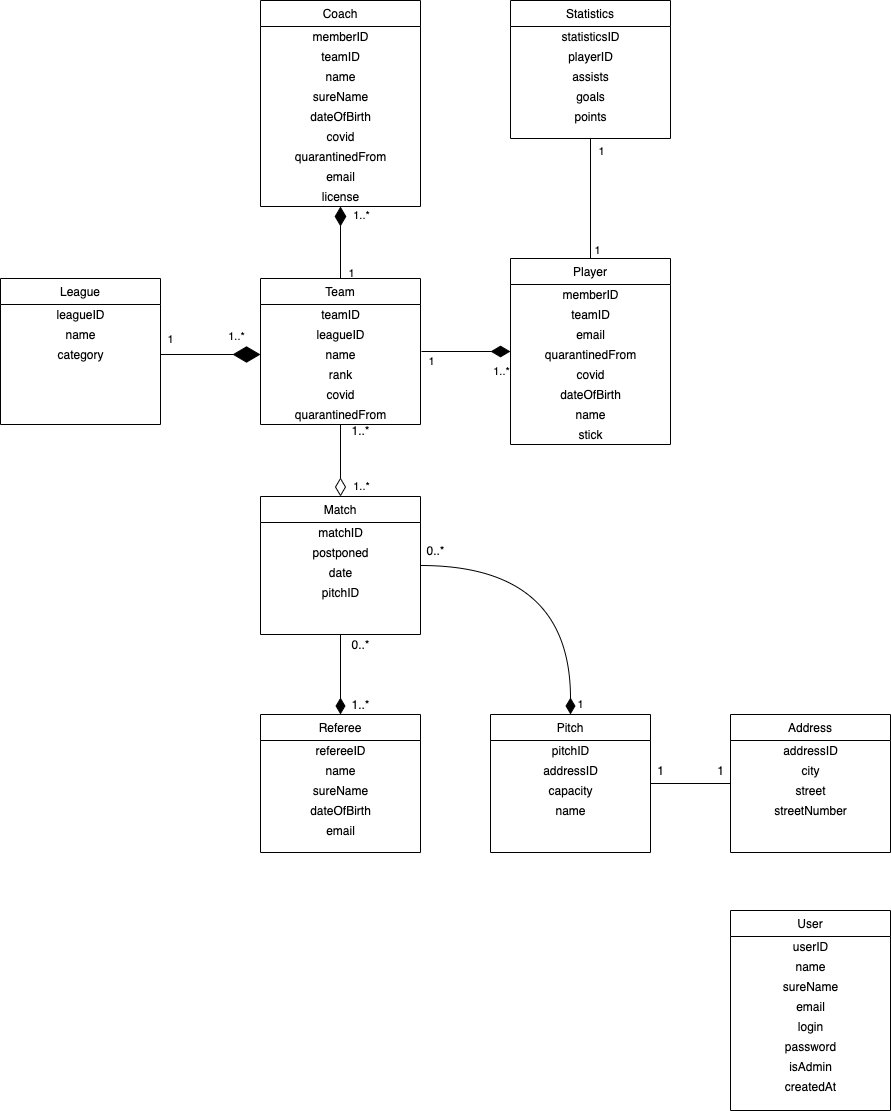
Above: artefacts/class_diagram.png in alenamartinkova/cfbu-IS (draw.io), before the change. Source tidied: cells renumbered, new cells last; positions are measured from the earlier drawing's top-left corner, leaving out a move shared by most shapes.
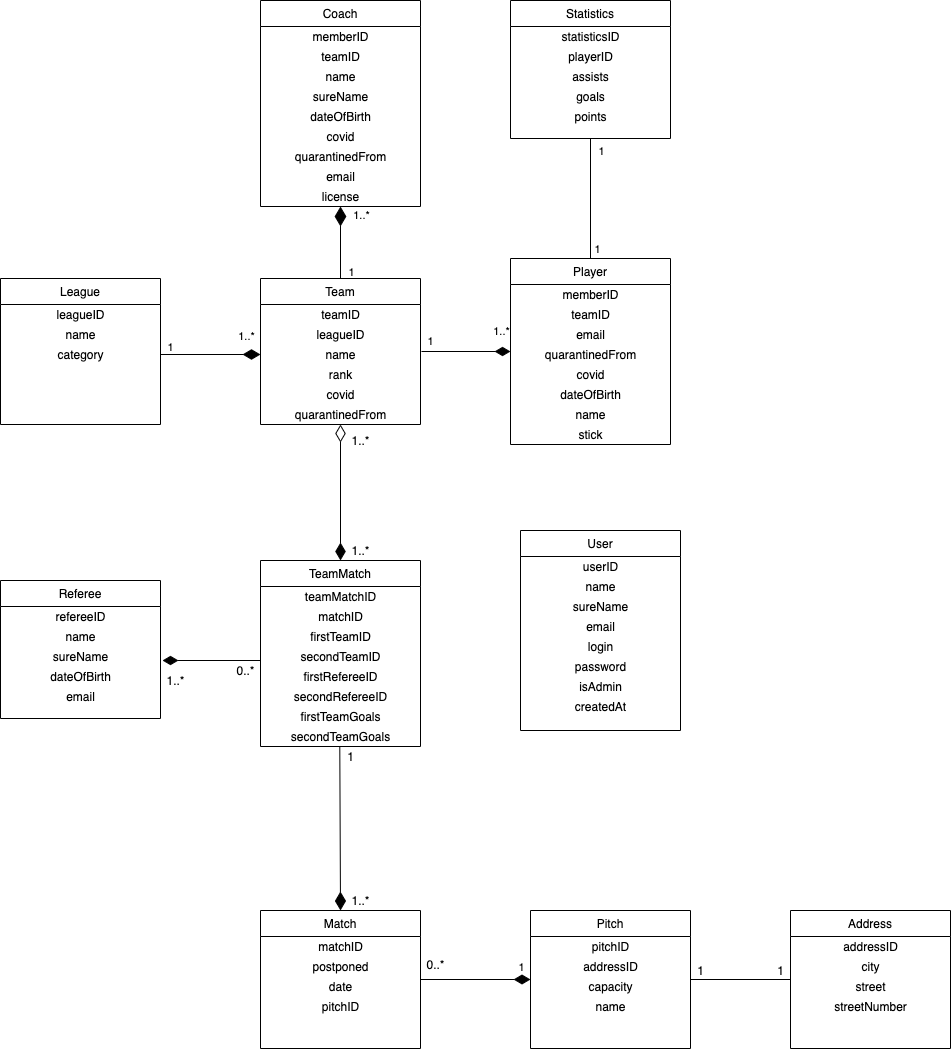
After the commit.

Diff of the diagram source:
```diff
@@ -103,14 +103,6 @@
     <mxCell id="32" value="points" style="text;html=1;align=center;verticalAlign=middle;" parent="27" vertex="1">
       <mxGeometry y="106" width="160" height="20" as="geometry" />
     </mxCell>
-    <mxCell id="33" style="edgeStyle=orthogonalEdgeStyle;curved=1;jettySize=auto;html=1;endArrow=diamondThin;endFill=0;startSize=6;sourcePerimeterSpacing=0;endSize=16;startArrow=none;startFill=0;" parent="1" edge="1" source="35" target="45">
-      <mxGeometry relative="1" as="geometry" />
-    </mxCell>
-    <mxCell id="34" value="1..*" style="edgeLabel;html=1;align=center;verticalAlign=middle;" parent="33" vertex="1">
-      <mxGeometry x="0.68" y="1" relative="1" as="geometry">
-        <mxPoint x="19" y="0.4" as="offset" />
-      </mxGeometry>
-    </mxCell>
     <mxCell id="35" value="Team" style="swimlane;fontStyle=0;align=center;verticalAlign=top;horizontal=1;startSize=26;rounded=0;shadow=0;strokeWidth=1;" parent="1" vertex="1">
       <mxGeometry x="260" y="278" width="160" height="146" as="geometry" />
     </mxCell>
@@ -132,19 +124,16 @@
     <mxCell id="41" value="quarantinedFrom" style="text;html=1;align=center;verticalAlign=middle;" parent="35" vertex="1">
       <mxGeometry y="126" width="160" height="20" as="geometry" />
     </mxCell>
-    <mxCell id="42" style="edgeStyle=orthogonalEdgeStyle;curved=1;jettySize=auto;html=1;endArrow=diamondThin;endFill=1;startSize=14;endSize=14;startArrow=none;startFill=0;" parent="1" edge="1" source="45" target="51">
+    <mxCell id="42" style="edgeStyle=orthogonalEdgeStyle;jettySize=auto;html=1;endArrow=diamondThin;endFill=1;startSize=14;endSize=14;startArrow=none;startFill=0;rounded=0;" parent="1" edge="1" source="45" target="51">
       <mxGeometry relative="1" as="geometry" />
     </mxCell>
     <mxCell id="43" value="1" style="edgeLabel;html=1;align=center;verticalAlign=middle;" parent="42" vertex="1">
       <mxGeometry x="0.92" y="-1" relative="1" as="geometry">
-        <mxPoint x="11" as="offset" />
+        <mxPoint x="-5.8" y="-14" as="offset" />
       </mxGeometry>
     </mxCell>
-    <mxCell id="44" style="edgeStyle=orthogonalEdgeStyle;rounded=0;jettySize=auto;html=1;endArrow=diamondThin;endFill=1;endSize=14;" parent="1" edge="1" source="45" target="56">
-      <mxGeometry relative="1" as="geometry" />
-    </mxCell>
     <mxCell id="45" value="Match" style="swimlane;fontStyle=0;align=center;verticalAlign=top;horizontal=1;startSize=26;rounded=0;shadow=0;strokeWidth=1;" parent="1" vertex="1">
-      <mxGeometry x="260" y="496" width="160" height="138" as="geometry" />
+      <mxGeometry x="260" y="910" width="160" height="138" as="geometry" />
     </mxCell>
     <mxCell id="46" value="matchID" style="text;html=1;align=center;verticalAlign=middle;" parent="45" vertex="1">
       <mxGeometry y="26" width="160" height="20" as="geometry" />
@@ -162,7 +151,7 @@
       <mxGeometry relative="1" as="geometry" />
     </mxCell>
     <mxCell id="51" value="Pitch" style="swimlane;fontStyle=0;align=center;verticalAlign=top;horizontal=1;startSize=26;rounded=0;shadow=0;strokeWidth=1;" parent="1" vertex="1">
-      <mxGeometry x="490" y="714" width="160" height="138" as="geometry" />
+      <mxGeometry x="530" y="910" width="160" height="138" as="geometry" />
     </mxCell>
     <mxCell id="52" value="pitchID" style="text;html=1;align=center;verticalAlign=middle;" parent="51" vertex="1">
       <mxGeometry y="26" width="160" height="20" as="geometry" />
@@ -177,7 +166,7 @@
       <mxGeometry y="86" width="160" height="20" as="geometry" />
     </mxCell>
     <mxCell id="56" value="Referee" style="swimlane;fontStyle=0;align=center;verticalAlign=top;horizontal=1;startSize=26;rounded=0;shadow=0;strokeWidth=1;" parent="1" vertex="1">
-      <mxGeometry x="260" y="714" width="160" height="138" as="geometry" />
+      <mxGeometry y="580" width="160" height="138" as="geometry" />
     </mxCell>
     <mxCell id="57" value="refereeID" style="text;html=1;align=center;verticalAlign=middle;" parent="56" vertex="1">
       <mxGeometry y="26" width="160" height="20" as="geometry" />
@@ -195,7 +184,7 @@
       <mxGeometry y="106" width="160" height="20" as="geometry" />
     </mxCell>
     <mxCell id="62" value="Address" style="swimlane;fontStyle=0;align=center;verticalAlign=top;horizontal=1;startSize=26;rounded=0;shadow=0;strokeWidth=1;" parent="1" vertex="1">
-      <mxGeometry x="730" y="714" width="160" height="138" as="geometry" />
+      <mxGeometry x="790" y="910" width="160" height="138" as="geometry" />
     </mxCell>
     <mxCell id="63" value="addressID" style="text;html=1;align=center;verticalAlign=middle;" parent="62" vertex="1">
       <mxGeometry y="26" width="160" height="20" as="geometry" />
@@ -210,7 +199,7 @@
       <mxGeometry y="86" width="160" height="20" as="geometry" />
     </mxCell>
     <mxCell id="67" value="User" style="swimlane;fontStyle=0;align=center;verticalAlign=top;horizontal=1;startSize=26;rounded=0;shadow=0;strokeWidth=1;" parent="1" vertex="1">
-      <mxGeometry x="730" y="910" width="160" height="200" as="geometry" />
+      <mxGeometry x="520" y="530" width="160" height="200" as="geometry" />
     </mxCell>
     <mxCell id="68" value="userID" style="text;html=1;align=center;verticalAlign=middle;" parent="67" vertex="1">
       <mxGeometry y="26" width="160" height="20" as="geometry" />
@@ -237,22 +226,22 @@
       <mxGeometry y="166" width="160" height="20" as="geometry" />
     </mxCell>
     <mxCell id="76" value="1..*" style="text;html=1;align=center;verticalAlign=middle;" parent="1" vertex="1">
-      <mxGeometry x="345" y="420" width="30" height="20" as="geometry" />
+      <mxGeometry x="345" y="430" width="30" height="20" as="geometry" />
     </mxCell>
     <mxCell id="77" value="0..*" style="text;html=1;align=center;verticalAlign=middle;" parent="1" vertex="1">
-      <mxGeometry x="420" y="540" width="30" height="20" as="geometry" />
+      <mxGeometry x="420" y="954" width="30" height="20" as="geometry" />
     </mxCell>
-    <mxCell id="78" value="0..*" style="text;html=1;align=center;verticalAlign=middle;" parent="1" vertex="1">
-      <mxGeometry x="345" y="634" width="30" height="20" as="geometry" />
+    <mxCell id="78" value="1..*" style="text;html=1;align=center;verticalAlign=middle;" parent="1" vertex="1">
+      <mxGeometry x="160" y="670" width="30" height="20" as="geometry" />
     </mxCell>
-    <mxCell id="79" value="1..*" style="text;html=1;align=center;verticalAlign=middle;" parent="1" vertex="1">
-      <mxGeometry x="345" y="694" width="30" height="20" as="geometry" />
+    <mxCell id="79" value="0..*" style="text;html=1;align=center;verticalAlign=middle;" parent="1" vertex="1">
+      <mxGeometry x="230" y="660" width="30" height="20" as="geometry" />
     </mxCell>
     <mxCell id="80" value="1" style="text;html=1;align=center;verticalAlign=middle;" parent="1" vertex="1">
-      <mxGeometry x="650" y="760" width="20" height="20" as="geometry" />
+      <mxGeometry x="690" y="960" width="20" height="20" as="geometry" />
     </mxCell>
     <mxCell id="81" value="1" style="text;html=1;align=center;verticalAlign=middle;" parent="1" vertex="1">
-      <mxGeometry x="710" y="760" width="20" height="20" as="geometry" />
+      <mxGeometry x="770" y="960" width="20" height="20" as="geometry" />
     </mxCell>
     <mxCell id="82" value="League" style="swimlane;fontStyle=0;align=center;verticalAlign=top;horizontal=1;startSize=26;rounded=0;shadow=0;strokeWidth=1;" parent="1" vertex="1">
       <mxGeometry y="278" width="160" height="146" as="geometry" />
@@ -266,31 +255,83 @@
     <mxCell id="85" value="category" style="text;html=1;align=center;verticalAlign=middle;points=[];" parent="82" vertex="1">
       <mxGeometry y="66" width="160" height="20" as="geometry" />
     </mxCell>
-    <mxCell id="86" style="edgeStyle=orthogonalEdgeStyle;rounded=0;jettySize=auto;html=1;entryX=0;entryY=0.5;entryDx=0;entryDy=0;entryPerimeter=0;endArrow=diamondThin;endFill=1;endSize=25;" parent="1" edge="1" source="85" target="38">
+    <mxCell id="86" style="edgeStyle=orthogonalEdgeStyle;rounded=0;jettySize=auto;html=1;entryX=0;entryY=0.5;entryDx=0;entryDy=0;entryPerimeter=0;endArrow=diamondThin;endFill=1;endSize=15;" parent="1" edge="1" source="85" target="38">
       <mxGeometry relative="1" as="geometry" />
     </mxCell>
     <mxCell id="87" value="1..*" style="edgeLabel;html=1;align=center;verticalAlign=middle;" parent="1" vertex="1">
-      <mxGeometry x="370" y="230" as="geometry">
+      <mxGeometry x="380" y="230" as="geometry">
         <mxPoint x="-135" y="105" as="offset" />
       </mxGeometry>
     </mxCell>
     <mxCell id="88" value="1" style="edgeLabel;html=1;align=center;verticalAlign=middle;" parent="1" vertex="1">
-      <mxGeometry x="360" y="282" as="geometry">
+      <mxGeometry x="360" y="290" as="geometry">
         <mxPoint x="-191" y="56" as="offset" />
       </mxGeometry>
     </mxCell>
-    <mxCell id="89" style="edgeStyle=orthogonalEdgeStyle;jettySize=auto;html=1;endArrow=none;endFill=0;startArrow=diamondThin;startFill=1;startSize=17;rounded=0;entryX=1.006;entryY=0.35;entryDx=0;entryDy=0;entryPerimeter=0;exitX=0;exitY=0.5;exitDx=0;exitDy=0;" parent="1" edge="1" source="18" target="38">
+    <mxCell id="89" style="edgeStyle=orthogonalEdgeStyle;jettySize=auto;html=1;endArrow=none;endFill=0;startArrow=diamondThin;startFill=1;startSize=13;rounded=0;entryX=1.006;entryY=0.35;entryDx=0;entryDy=0;entryPerimeter=0;exitX=0;exitY=0.5;exitDx=0;exitDy=0;" parent="1" edge="1" source="18" target="38">
       <mxGeometry relative="1" as="geometry" />
     </mxCell>
     <mxCell id="90" value="1" style="edgeLabel;html=1;align=center;verticalAlign=middle;" parent="89" vertex="1">
       <mxGeometry x="0.82" y="-1" relative="1" as="geometry">
-        <mxPoint x="1" y="10" as="offset" />
+        <mxPoint x="1" y="-10" as="offset" />
       </mxGeometry>
     </mxCell>
     <mxCell id="91" value="1..*" style="edgeLabel;html=1;align=center;verticalAlign=middle;" parent="89" vertex="1">
       <mxGeometry x="-0.78" y="-1" relative="1" as="geometry">
-        <mxPoint y="20" as="offset" />
+        <mxPoint y="-20" as="offset" />
       </mxGeometry>
     </mxCell>
+    <mxCell id="92" value="TeamMatch" style="swimlane;fontStyle=0;align=center;verticalAlign=top;horizontal=1;startSize=26;rounded=0;shadow=0;strokeWidth=1;" parent="1" vertex="1">
+      <mxGeometry x="260" y="560" width="160" height="186" as="geometry" />
+    </mxCell>
+    <mxCell id="93" value="teamMatchID" style="text;html=1;align=center;verticalAlign=middle;" parent="92" vertex="1">
+      <mxGeometry y="26" width="160" height="20" as="geometry" />
+    </mxCell>
+    <mxCell id="94" value="matchID" style="text;html=1;align=center;verticalAlign=middle;" parent="92" vertex="1">
+      <mxGeometry y="46" width="160" height="20" as="geometry" />
+    </mxCell>
+    <mxCell id="95" value="firstTeamID" style="text;html=1;align=center;verticalAlign=middle;" parent="92" vertex="1">
+      <mxGeometry y="66" width="160" height="20" as="geometry" />
+    </mxCell>
+    <mxCell id="96" value="secondTeamID" style="text;html=1;align=center;verticalAlign=middle;" parent="92" vertex="1">
+      <mxGeometry y="86" width="160" height="20" as="geometry" />
+    </mxCell>
+    <mxCell id="97" value="firstRefereeID" style="text;html=1;align=center;verticalAlign=middle;" parent="92" vertex="1">
+      <mxGeometry y="106" width="160" height="20" as="geometry" />
+    </mxCell>
+    <mxCell id="98" value="secondRefereeID" style="text;html=1;align=center;verticalAlign=middle;" parent="92" vertex="1">
+      <mxGeometry y="126" width="160" height="20" as="geometry" />
+    </mxCell>
+    <mxCell id="99" value="firstTeamGoals" style="text;html=1;align=center;verticalAlign=middle;" parent="92" vertex="1">
+      <mxGeometry y="146" width="160" height="20" as="geometry" />
+    </mxCell>
+    <mxCell id="100" value="secondTeamGoals" style="text;html=1;align=center;verticalAlign=middle;" parent="92" vertex="1">
+      <mxGeometry y="166" width="160" height="20" as="geometry" />
+    </mxCell>
+    <mxCell id="101" style="endArrow=none;html=1;startArrow=diamondThin;startFill=1;endSize=6;startSize=13;" parent="1" edge="1">
+      <mxGeometry relative="1" as="geometry">
+        <mxPoint x="162" y="660" as="sourcePoint" />
+        <mxPoint x="260" y="660" as="targetPoint" />
+      </mxGeometry>
+    </mxCell>
+    <mxCell id="102" style="endArrow=diamondThin;html=1;exitX=0.5;exitY=0;exitDx=0;exitDy=0;endFill=0;startSize=15;startArrow=diamondThin;startFill=1;endSize=15;" parent="1" edge="1" source="92">
+      <mxGeometry relative="1" as="geometry">
+        <mxPoint x="340" y="424" as="targetPoint" />
+      </mxGeometry>
+    </mxCell>
+    <mxCell id="103" style="endArrow=none;html=1;exitX=0.5;exitY=0;exitDx=0;exitDy=0;startArrow=diamondThin;startFill=1;endSize=6;startSize=16;" parent="1" edge="1" source="45">
+      <mxGeometry relative="1" as="geometry">
+        <mxPoint x="339.3" y="746" as="targetPoint" />
+      </mxGeometry>
+    </mxCell>
+    <mxCell id="104" value="1..*" style="text;html=1;align=center;verticalAlign=middle;" parent="1" vertex="1">
+      <mxGeometry x="345" y="540" width="30" height="20" as="geometry" />
+    </mxCell>
+    <mxCell id="105" value="1" style="text;html=1;align=center;verticalAlign=middle;" parent="1" vertex="1">
+      <mxGeometry x="340" y="746" width="20" height="20" as="geometry" />
+    </mxCell>
+    <mxCell id="106" value="1..*" style="text;html=1;align=center;verticalAlign=middle;" parent="1" vertex="1">
+      <mxGeometry x="345" y="890" width="30" height="20" as="geometry" />
+    </mxCell>
   </root>
 </mxGraphModel>
```
